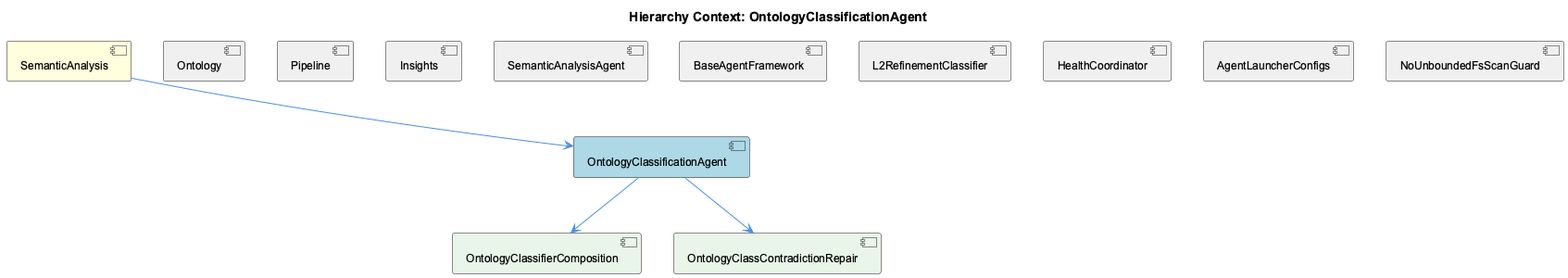
This is knowledge-management/insights/images/ontology-classification-agent-relationship.png from fwornle/coding, a PlantUML export, as it was before one commit.
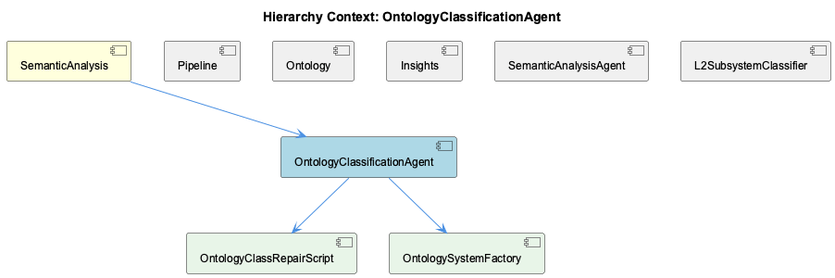
After the commit.

What changed in the source:
```diff
@@ -5,29 +5,21 @@
 
 [SemanticAnalysis] as semantic_analysis #FFFFDD
 [OntologyClassificationAgent] as ontology_classification_agent #LightBlue
+[Pipeline] as pipeline #F0F0F0
 [Ontology] as ontology #F0F0F0
-[Pipeline] as pipeline #F0F0F0
 [Insights] as insights #F0F0F0
 [SemanticAnalysisAgent] as semantic_analysis_agent #F0F0F0
-[BaseAgentFramework] as base_agent_framework #F0F0F0
-[L2RefinementClassifier] as l2_refinement_classifier #F0F0F0
-[HealthCoordinator] as health_coordinator #F0F0F0
-[AgentLauncherConfigs] as agent_launcher_configs #F0F0F0
-[NoUnboundedFsScanGuard] as no_unbounded_fs_scan_guard #F0F0F0
-[OntologyClassifierComposition] as ontology_classifier_composition #E8F5E8
-[OntologyClassContradictionRepair] as ontology_class_contradiction_repair #E8F5E8
+[L2SubsystemClassifier] as l2_subsystem_classifier #F0F0F0
+[OntologyClassRepairScript] as ontology_class_repair_script #E8F5E8
+[OntologySystemFactory] as ontology_system_factory #E8F5E8
 
 semantic_analysis --> ontology_classification_agent
+pipeline -[hidden]- ontology_classification_agent
 ontology -[hidden]- ontology_classification_agent
-pipeline -[hidden]- ontology_classification_agent
 insights -[hidden]- ontology_classification_agent
 semantic_analysis_agent -[hidden]- ontology_classification_agent
-base_agent_framework -[hidden]- ontology_classification_agent
-l2_refinement_classifier -[hidden]- ontology_classification_agent
-health_coordinator -[hidden]- ontology_classification_agent
-agent_launcher_configs -[hidden]- ontology_classification_agent
-no_unbounded_fs_scan_guard -[hidden]- ontology_classification_agent
-ontology_classification_agent --> ontology_classifier_composition
-ontology_classification_agent --> ontology_class_contradiction_repair
+l2_subsystem_classifier -[hidden]- ontology_classification_agent
+ontology_classification_agent --> ontology_class_repair_script
+ontology_classification_agent --> ontology_system_factory
 
 @enduml
```
